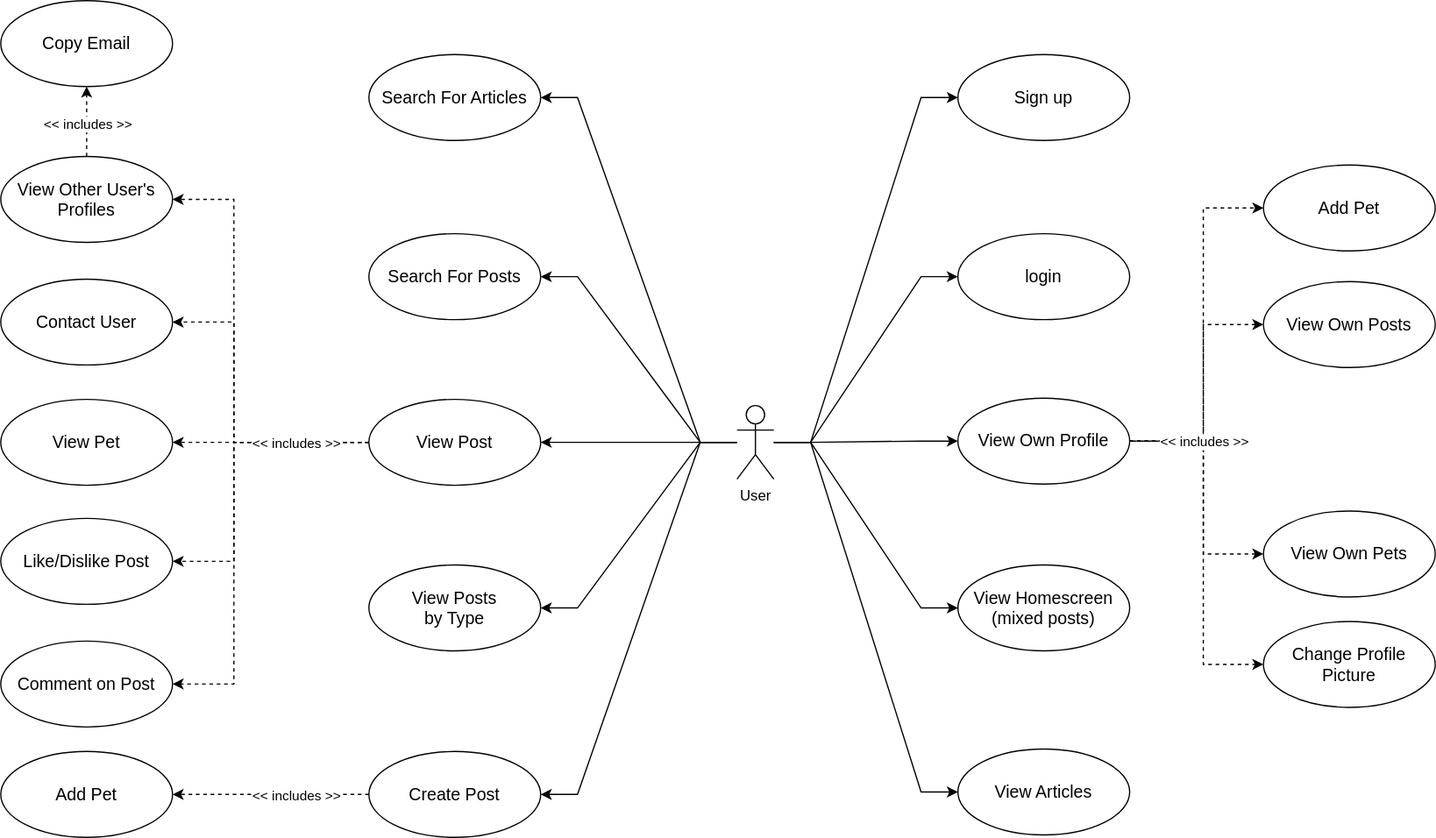
This is Use Case Diagram.svg from AhmadTripleA/SE-Diagrams, a draw.io export, as it was before one commit. Source tidied: cells renumbered, new cells last; positions are measured from the earlier drawing's top-left corner, leaving out a move shared by most shapes.
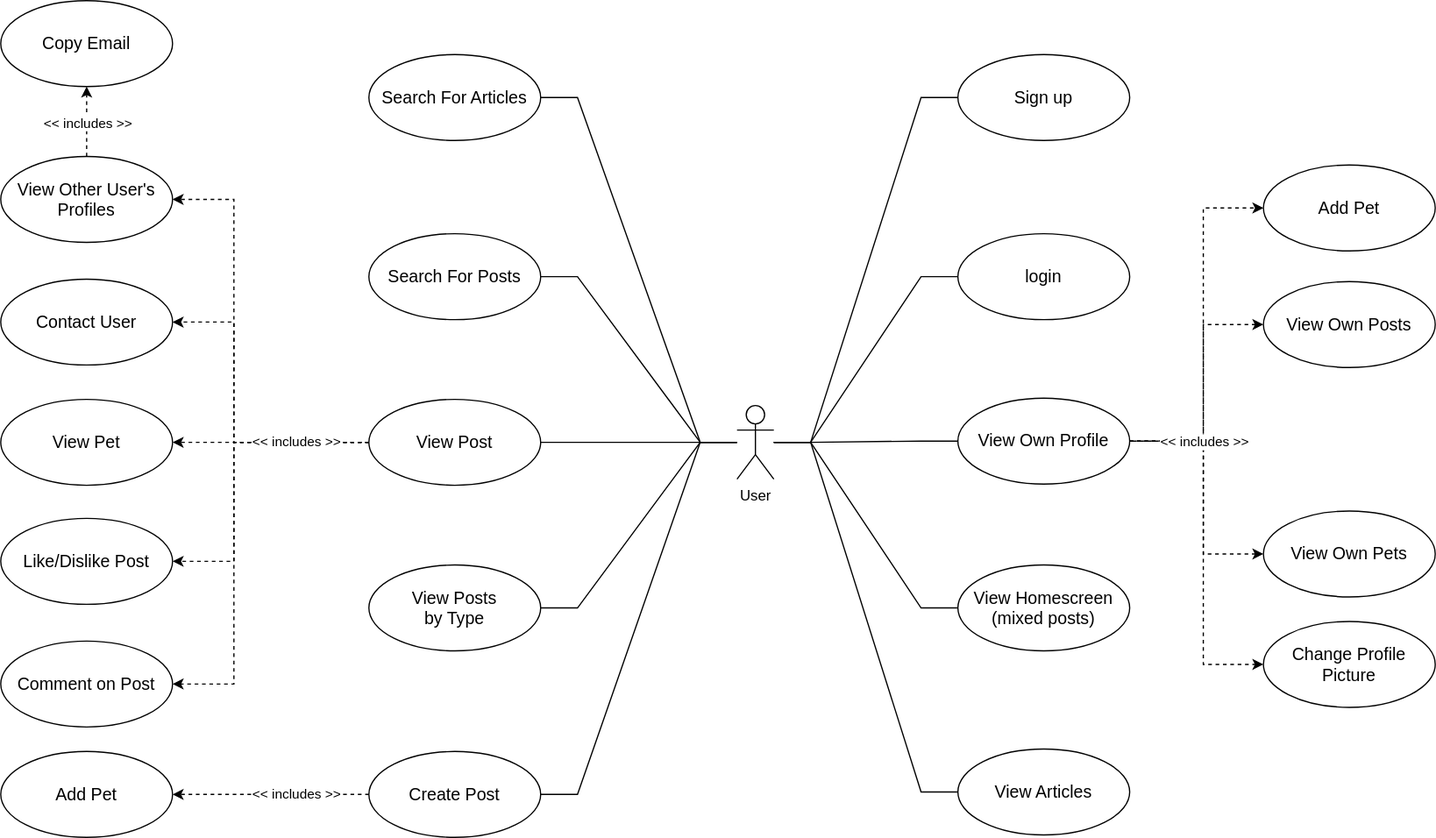
Later version of the same file.

Diff of the diagram source:
```diff
@@ -2,7 +2,7 @@
   <root>
     <mxCell id="0" />
     <mxCell id="1" parent="0" />
-    <mxCell id="2" style="edgeStyle=entityRelationEdgeStyle;rounded=0;jettySize=auto;html=1;" parent="1" edge="1" source="12" target="13">
+    <mxCell id="2" style="edgeStyle=entityRelationEdgeStyle;rounded=0;jettySize=auto;html=1;endArrow=none;endFill=0;" parent="1" edge="1" source="12" target="13">
       <mxGeometry relative="1" as="geometry">
         <Array as="points">
           <mxPoint x="709" y="280" />
@@ -10,31 +10,31 @@
         </Array>
       </mxGeometry>
     </mxCell>
-    <mxCell id="3" style="edgeStyle=entityRelationEdgeStyle;shape=connector;rounded=0;jettySize=auto;html=1;labelBackgroundColor=default;strokeColor=default;align=center;verticalAlign=middle;fontFamily=Helvetica;fontSize=11;fontColor=default;endArrow=classic;" parent="1" edge="1" source="12" target="14">
+    <mxCell id="3" style="edgeStyle=entityRelationEdgeStyle;shape=connector;rounded=0;jettySize=auto;html=1;labelBackgroundColor=default;strokeColor=default;align=center;verticalAlign=middle;fontFamily=Helvetica;fontSize=11;fontColor=default;endArrow=none;endFill=0;" parent="1" edge="1" source="12" target="14">
       <mxGeometry relative="1" as="geometry" />
     </mxCell>
-    <mxCell id="4" style="edgeStyle=entityRelationEdgeStyle;shape=connector;rounded=0;jettySize=auto;html=1;labelBackgroundColor=default;strokeColor=default;align=center;verticalAlign=middle;fontFamily=Helvetica;fontSize=11;fontColor=default;endArrow=classic;" parent="1" edge="1" source="12" target="15">
+    <mxCell id="4" style="edgeStyle=entityRelationEdgeStyle;shape=connector;rounded=0;jettySize=auto;html=1;labelBackgroundColor=default;strokeColor=default;align=center;verticalAlign=middle;fontFamily=Helvetica;fontSize=11;fontColor=default;endArrow=none;endFill=0;" parent="1" edge="1" source="12" target="15">
       <mxGeometry relative="1" as="geometry" />
     </mxCell>
-    <mxCell id="5" style="edgeStyle=entityRelationEdgeStyle;shape=connector;rounded=0;jettySize=auto;html=1;labelBackgroundColor=default;strokeColor=default;align=center;verticalAlign=middle;fontFamily=Helvetica;fontSize=11;fontColor=default;endArrow=classic;" parent="1" edge="1" source="12" target="18">
+    <mxCell id="5" style="edgeStyle=entityRelationEdgeStyle;shape=connector;rounded=0;jettySize=auto;html=1;labelBackgroundColor=default;strokeColor=default;align=center;verticalAlign=middle;fontFamily=Helvetica;fontSize=11;fontColor=default;endArrow=none;endFill=0;" parent="1" edge="1" source="12" target="18">
       <mxGeometry relative="1" as="geometry" />
     </mxCell>
-    <mxCell id="6" style="edgeStyle=entityRelationEdgeStyle;shape=connector;rounded=0;jettySize=auto;html=1;labelBackgroundColor=default;strokeColor=default;align=center;verticalAlign=middle;fontFamily=Helvetica;fontSize=11;fontColor=default;endArrow=classic;" parent="1" edge="1" source="12" target="28">
+    <mxCell id="6" style="edgeStyle=entityRelationEdgeStyle;shape=connector;rounded=0;jettySize=auto;html=1;labelBackgroundColor=default;strokeColor=default;align=center;verticalAlign=middle;fontFamily=Helvetica;fontSize=11;fontColor=default;endArrow=none;endFill=0;" parent="1" edge="1" source="12" target="28">
       <mxGeometry relative="1" as="geometry" />
     </mxCell>
-    <mxCell id="7" style="edgeStyle=entityRelationEdgeStyle;shape=connector;rounded=0;jettySize=auto;html=1;labelBackgroundColor=default;strokeColor=default;align=center;verticalAlign=middle;fontFamily=Helvetica;fontSize=11;fontColor=default;endArrow=classic;" parent="1" edge="1" source="12" target="29">
+    <mxCell id="7" style="edgeStyle=entityRelationEdgeStyle;shape=connector;rounded=0;jettySize=auto;html=1;labelBackgroundColor=default;strokeColor=default;align=center;verticalAlign=middle;fontFamily=Helvetica;fontSize=11;fontColor=default;endArrow=none;endFill=0;" parent="1" edge="1" source="12" target="29">
       <mxGeometry relative="1" as="geometry" />
     </mxCell>
-    <mxCell id="8" style="edgeStyle=entityRelationEdgeStyle;shape=connector;rounded=0;jettySize=auto;html=1;labelBackgroundColor=default;strokeColor=default;align=center;verticalAlign=middle;fontFamily=Helvetica;fontSize=11;fontColor=default;endArrow=classic;" parent="1" edge="1" source="12" target="31">
+    <mxCell id="8" style="edgeStyle=entityRelationEdgeStyle;shape=connector;rounded=0;jettySize=auto;html=1;labelBackgroundColor=default;strokeColor=default;align=center;verticalAlign=middle;fontFamily=Helvetica;fontSize=11;fontColor=default;endArrow=none;endFill=0;" parent="1" edge="1" source="12" target="31">
       <mxGeometry relative="1" as="geometry" />
     </mxCell>
-    <mxCell id="9" style="edgeStyle=entityRelationEdgeStyle;shape=connector;rounded=0;jettySize=auto;html=1;labelBackgroundColor=default;strokeColor=default;align=center;verticalAlign=middle;fontFamily=Helvetica;fontSize=11;fontColor=default;endArrow=classic;" parent="1" edge="1" source="12" target="38">
+    <mxCell id="9" style="edgeStyle=entityRelationEdgeStyle;shape=connector;rounded=0;jettySize=auto;html=1;labelBackgroundColor=default;strokeColor=default;align=center;verticalAlign=middle;fontFamily=Helvetica;fontSize=11;fontColor=default;endArrow=none;endFill=0;" parent="1" edge="1" source="12" target="38">
       <mxGeometry relative="1" as="geometry" />
     </mxCell>
-    <mxCell id="10" style="edgeStyle=entityRelationEdgeStyle;shape=connector;rounded=0;jettySize=auto;html=1;labelBackgroundColor=default;strokeColor=default;align=center;verticalAlign=middle;fontFamily=Helvetica;fontSize=11;fontColor=default;endArrow=classic;" parent="1" edge="1" source="12" target="37">
+    <mxCell id="10" style="edgeStyle=entityRelationEdgeStyle;shape=connector;rounded=0;jettySize=auto;html=1;labelBackgroundColor=default;strokeColor=default;align=center;verticalAlign=middle;fontFamily=Helvetica;fontSize=11;fontColor=default;endArrow=none;endFill=0;" parent="1" edge="1" source="12" target="37">
       <mxGeometry relative="1" as="geometry" />
     </mxCell>
-    <mxCell id="11" style="edgeStyle=entityRelationEdgeStyle;shape=connector;rounded=0;jettySize=auto;html=1;labelBackgroundColor=default;strokeColor=default;align=center;verticalAlign=middle;fontFamily=Helvetica;fontSize=11;fontColor=default;endArrow=classic;" parent="1" edge="1" source="12" target="48">
+    <mxCell id="11" style="edgeStyle=entityRelationEdgeStyle;shape=connector;rounded=0;jettySize=auto;html=1;labelBackgroundColor=default;strokeColor=default;align=center;verticalAlign=middle;fontFamily=Helvetica;fontSize=11;fontColor=default;endArrow=none;endFill=0;" parent="1" edge="1" source="12" target="48">
       <mxGeometry relative="1" as="geometry" />
     </mxCell>
     <mxCell id="12" value="User" style="shape=umlActor;verticalLabelPosition=bottom;verticalAlign=top;html=1;" parent="1" vertex="1">
```
